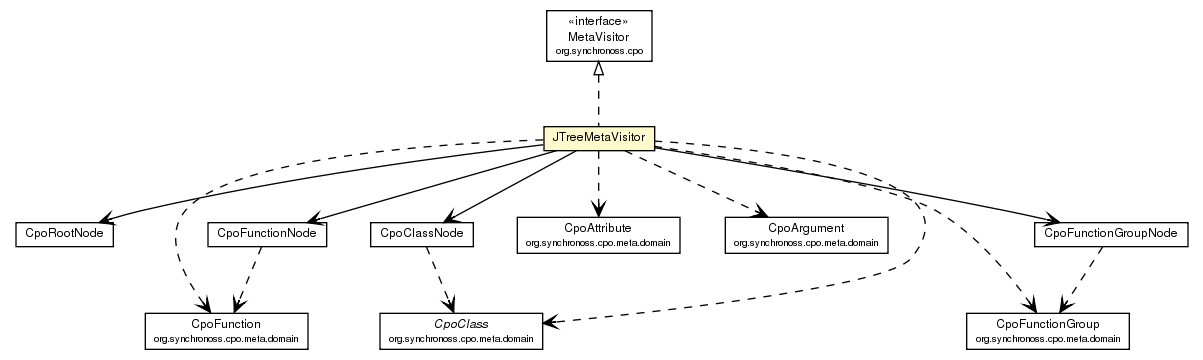
Above: site/apidocs/org/synchronoss/cpo/util/JTreeMetaVisitor.png in synchronoss/cpo-util (Graphviz), before the change. Its source is kept beside it as site/apidocs/org/synchronoss/cpo/util/JTreeMetaVisitor.dot.
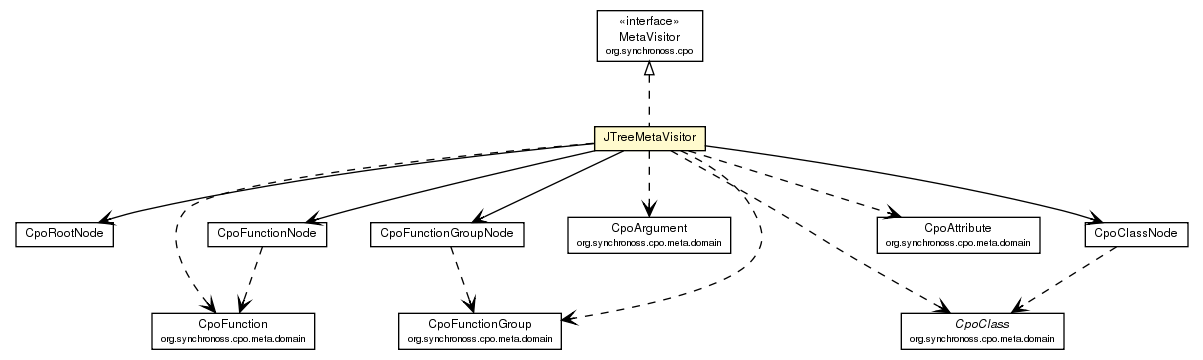
Later version of the same file.

Diff of the diagram source:
```diff
@@ -34,37 +34,37 @@
 	c1707:p -> c1721:p [taillabel="", label="", headlabel="", fontname="Helvetica", fontcolor="black", fontsize=10.0, color="black", arrowhead=open];
 	c1707:p -> c1765:p [taillabel="", label="", headlabel="", fontname="Helvetica", fontcolor="black", fontsize=10.0, color="black", arrowhead=open, style=dashed];
 	c1707:p -> c1766:p [taillabel="", label="", headlabel="", fontname="Helvetica", fontcolor="black", fontsize=10.0, color="black", arrowhead=open, style=dashed];
-	c1707:p -> c1767:p [taillabel="", label="", headlabel="", fontname="Helvetica", fontcolor="black", fontsize=10.0, color="black", arrowhead=open, style=dashed];
+	c1707:p -> c1768:p [taillabel="", label="", headlabel="", fontname="Helvetica", fontcolor="black", fontsize=10.0, color="black", arrowhead=open, style=dashed];
 	c1707:p -> c1769:p [taillabel="", label="", headlabel="", fontname="Helvetica", fontcolor="black", fontsize=10.0, color="black", arrowhead=open, style=dashed];
 	c1707:p -> c1770:p [taillabel="", label="", headlabel="", fontname="Helvetica", fontcolor="black", fontsize=10.0, color="black", arrowhead=open, style=dashed];
-	c1721:p -> c1767:p [taillabel="", label="", headlabel="", fontname="Helvetica", fontcolor="black", fontsize=10.0, color="black", arrowhead=open, style=dashed];
+	c1721:p -> c1766:p [taillabel="", label="", headlabel="", fontname="Helvetica", fontcolor="black", fontsize=10.0, color="black", arrowhead=open, style=dashed];
 	c1723:p -> c1770:p [taillabel="", label="", headlabel="", fontname="Helvetica", fontcolor="black", fontsize=10.0, color="black", arrowhead=open, style=dashed];
-	c1728:p -> c1769:p [taillabel="", label="", headlabel="", fontname="Helvetica", fontcolor="black", fontsize=10.0, color="black", arrowhead=open, style=dashed];
+	c1728:p -> c1768:p [taillabel="", label="", headlabel="", fontname="Helvetica", fontcolor="black", fontsize=10.0, color="black", arrowhead=open, style=dashed];
 	c1770 [label=<<table border="0" cellborder="1" cellspacing="0" cellpadding="2" port="p" href="http://java.sun.com/j2se/1.4.2/docs/api/org/synchronoss/cpo/meta/domain/CpoClass.html">
 		<tr><td><table border="0" cellspacing="0" cellpadding="1">
 			<tr><td><font face="Helvetica-Oblique"> CpoClass </font></td></tr>
 			<tr><td><font point-size="7.0"> org.synchronoss.cpo.meta.domain </font></td></tr>
 		</table></td></tr>
 		</table>>, fontname="Helvetica", fontcolor="black", fontsize=9.0];
-	c1766 [label=<<table border="0" cellborder="1" cellspacing="0" cellpadding="2" port="p" href="http://java.sun.com/j2se/1.4.2/docs/api/org/synchronoss/cpo/meta/domain/CpoArgument.html">
+	c1765 [label=<<table border="0" cellborder="1" cellspacing="0" cellpadding="2" port="p" href="http://java.sun.com/j2se/1.4.2/docs/api/org/synchronoss/cpo/meta/domain/CpoArgument.html">
 		<tr><td><table border="0" cellspacing="0" cellpadding="1">
 			<tr><td> CpoArgument </td></tr>
 			<tr><td><font point-size="7.0"> org.synchronoss.cpo.meta.domain </font></td></tr>
 		</table></td></tr>
 		</table>>, fontname="Helvetica", fontcolor="black", fontsize=9.0];
-	c1765 [label=<<table border="0" cellborder="1" cellspacing="0" cellpadding="2" port="p" href="http://java.sun.com/j2se/1.4.2/docs/api/org/synchronoss/cpo/meta/domain/CpoAttribute.html">
+	c1769 [label=<<table border="0" cellborder="1" cellspacing="0" cellpadding="2" port="p" href="http://java.sun.com/j2se/1.4.2/docs/api/org/synchronoss/cpo/meta/domain/CpoAttribute.html">
 		<tr><td><table border="0" cellspacing="0" cellpadding="1">
 			<tr><td> CpoAttribute </td></tr>
 			<tr><td><font point-size="7.0"> org.synchronoss.cpo.meta.domain </font></td></tr>
 		</table></td></tr>
 		</table>>, fontname="Helvetica", fontcolor="black", fontsize=9.0];
-	c1767 [label=<<table border="0" cellborder="1" cellspacing="0" cellpadding="2" port="p" href="http://java.sun.com/j2se/1.4.2/docs/api/org/synchronoss/cpo/meta/domain/CpoFunction.html">
+	c1766 [label=<<table border="0" cellborder="1" cellspacing="0" cellpadding="2" port="p" href="http://java.sun.com/j2se/1.4.2/docs/api/org/synchronoss/cpo/meta/domain/CpoFunction.html">
 		<tr><td><table border="0" cellspacing="0" cellpadding="1">
 			<tr><td> CpoFunction </td></tr>
 			<tr><td><font point-size="7.0"> org.synchronoss.cpo.meta.domain </font></td></tr>
 		</table></td></tr>
 		</table>>, fontname="Helvetica", fontcolor="black", fontsize=9.0];
-	c1769 [label=<<table border="0" cellborder="1" cellspacing="0" cellpadding="2" port="p" href="http://java.sun.com/j2se/1.4.2/docs/api/org/synchronoss/cpo/meta/domain/CpoFunctionGroup.html">
+	c1768 [label=<<table border="0" cellborder="1" cellspacing="0" cellpadding="2" port="p" href="http://java.sun.com/j2se/1.4.2/docs/api/org/synchronoss/cpo/meta/domain/CpoFunctionGroup.html">
 		<tr><td><table border="0" cellspacing="0" cellpadding="1">
 			<tr><td> CpoFunctionGroup </td></tr>
 			<tr><td><font point-size="7.0"> org.synchronoss.cpo.meta.domain </font></td></tr>
```
